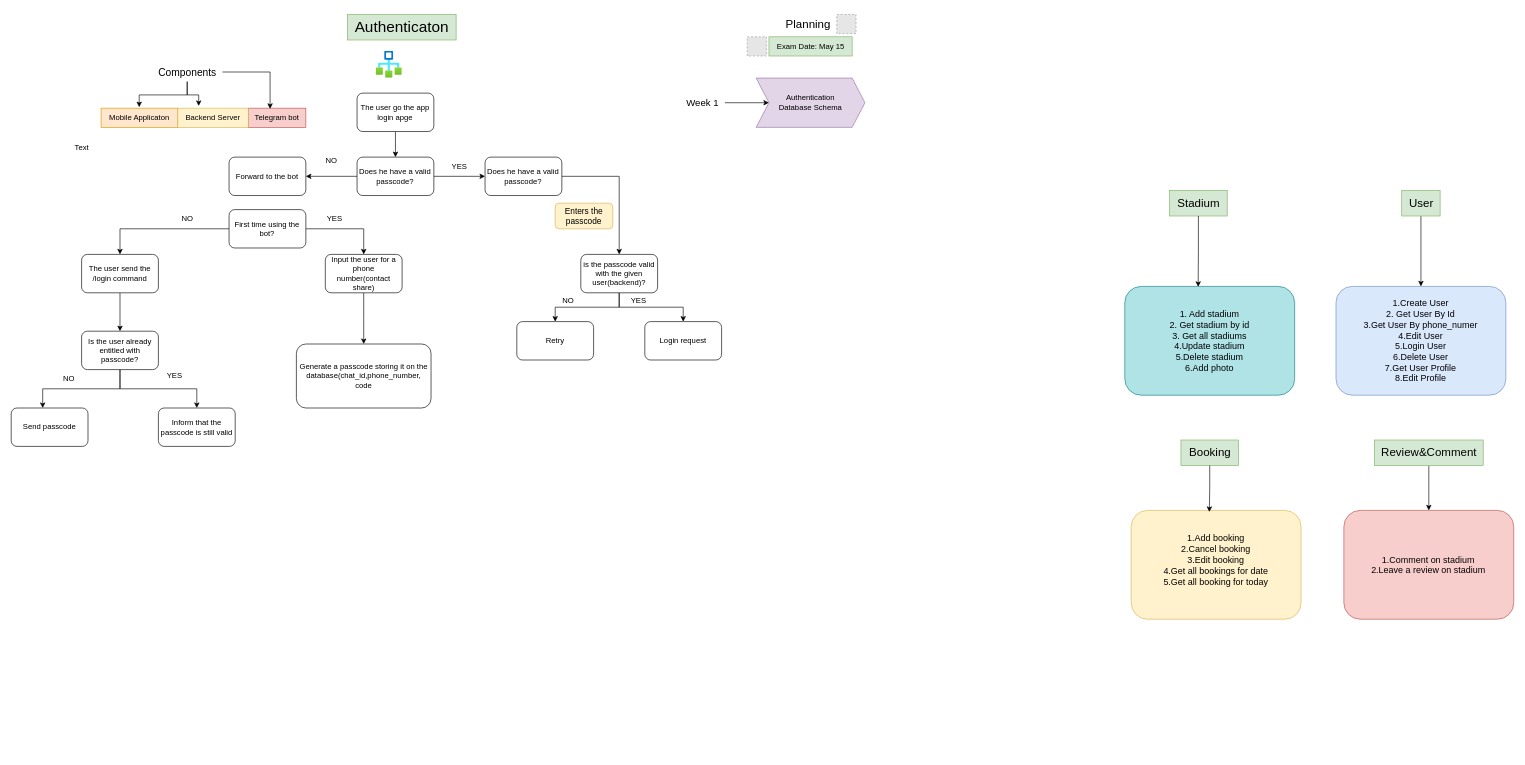
Above: goball.drawio in abdukod1rov/git-demo (draw.io), before the change. Source tidied: cells renumbered, new cells numbered last; positions are measured from the earlier drawing's top-left corner, leaving out a move shared by most shapes. Both pictures are drawn from the tidied source at 64%, with x=0, y=0 at pixel (11, 11). Pictures stored in the file or linked from it are replaced by grey dashed boxes.
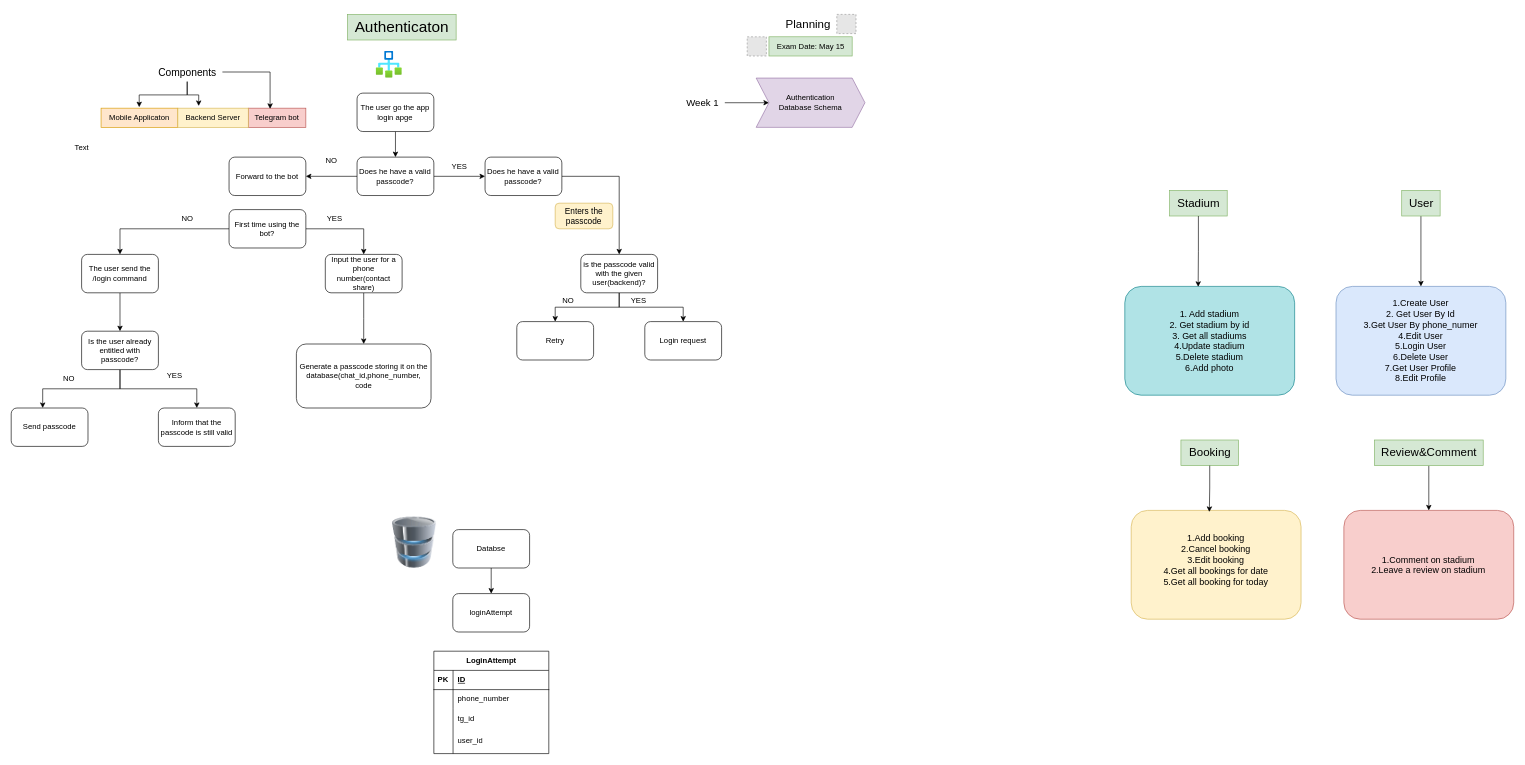
After the change.

Diff of the diagram source:
```diff
@@
+    <mxCell id="67" style="image;html=1;image=img/lib/clip_art/computers/Database_128x128.png;" parent="1" vertex="1">
+      <mxGeometry x="590" y="790" width="80" height="80" as="geometry" />
+    </mxCell>
+    <mxCell id="68" style="edgeStyle=orthogonalEdgeStyle;rounded=0;jettySize=auto;html=1;" parent="1" edge="1" source="69" target="70">
+      <mxGeometry relative="1" as="geometry" />
+    </mxCell>
+    <mxCell id="69" value="Databse" style="rounded=1;whiteSpace=wrap;html=1;" parent="1" vertex="1">
+      <mxGeometry x="690" y="810" width="120" height="60" as="geometry" />
+    </mxCell>
+    <mxCell id="70" value="loginAttempt" style="whiteSpace=wrap;html=1;rounded=1;" parent="1" vertex="1">
+      <mxGeometry x="690" y="910" width="120" height="60" as="geometry" />
+    </mxCell>
+    <mxCell id="71" value="LoginAttempt" style="shape=table;startSize=30;childLayout=tableLayout;rowLines=0;fontStyle=1;align=center;html=1;" parent="1" vertex="1">
+      <mxGeometry x="660.4" y="1000" width="179.6" height="160" as="geometry" />
+    </mxCell>
+    <mxCell id="72" style="shape=tableRow;horizontal=0;startSize=0;swimlaneHead=0;swimlaneBody=0;fillColor=none;top=0;left=0;right=0;bottom=1;" parent="71" vertex="1">
+      <mxGeometry y="30" width="179.6" height="30" as="geometry" />
+    </mxCell>
+    <mxCell id="73" value="PK" style="shape=partialRectangle;fillColor=none;top=0;left=0;bottom=0;right=0;fontStyle=1;overflow=hidden;whiteSpace=wrap;html=1;" parent="72" vertex="1">
+      <mxGeometry width="30" height="30" as="geometry" />
+    </mxCell>
+    <mxCell id="74" value="ID" style="shape=partialRectangle;fillColor=none;top=0;left=0;bottom=0;right=0;align=left;spacingLeft=6;fontStyle=5;overflow=hidden;whiteSpace=wrap;html=1;" parent="72" vertex="1">
+      <mxGeometry x="30" width="149.6" height="30" as="geometry" />
+    </mxCell>
+    <mxCell id="75" style="shape=tableRow;horizontal=0;startSize=0;swimlaneHead=0;swimlaneBody=0;fillColor=none;top=0;left=0;right=0;bottom=0;" parent="71" vertex="1">
+      <mxGeometry y="60" width="179.6" height="30" as="geometry" />
+    </mxCell>
+    <mxCell id="76" style="shape=partialRectangle;fillColor=none;top=0;left=0;bottom=0;right=0;overflow=hidden;whiteSpace=wrap;html=1;" parent="75" vertex="1">
+      <mxGeometry width="30" height="30" as="geometry" />
+    </mxCell>
+    <mxCell id="77" value="phone_number" style="shape=partialRectangle;fillColor=none;top=0;left=0;bottom=0;right=0;align=left;spacingLeft=6;overflow=hidden;whiteSpace=wrap;html=1;" parent="75" vertex="1">
+      <mxGeometry x="30" width="149.6" height="30" as="geometry" />
+    </mxCell>
+    <mxCell id="78" style="shape=tableRow;horizontal=0;startSize=0;swimlaneHead=0;swimlaneBody=0;fillColor=none;top=0;left=0;right=0;bottom=0;" parent="71" vertex="1">
+      <mxGeometry y="90" width="179.6" height="30" as="geometry" />
+    </mxCell>
+    <mxCell id="79" style="shape=partialRectangle;fillColor=none;top=0;left=0;bottom=0;right=0;overflow=hidden;whiteSpace=wrap;html=1;" parent="78" vertex="1">
+      <mxGeometry width="30" height="30" as="geometry" />
+    </mxCell>
+    <mxCell id="80" value="tg_id" style="shape=partialRectangle;fillColor=none;top=0;left=0;bottom=0;right=0;align=left;spacingLeft=6;overflow=hidden;whiteSpace=wrap;html=1;" parent="78" vertex="1">
+      <mxGeometry x="30" width="149.6" height="30" as="geometry" />
+    </mxCell>
+    <mxCell id="81" style="shape=tableRow;horizontal=0;startSize=0;swimlaneHead=0;swimlaneBody=0;fillColor=none;top=0;left=0;right=0;bottom=0;" parent="71" vertex="1">
+      <mxGeometry y="120" width="179.6" height="40" as="geometry" />
+    </mxCell>
+    <mxCell id="82" style="shape=partialRectangle;fillColor=none;top=0;left=0;bottom=0;right=0;overflow=hidden;whiteSpace=wrap;html=1;" parent="81" vertex="1">
+      <mxGeometry width="30" height="40" as="geometry" />
+    </mxCell>
+    <mxCell id="83" value="user_id" style="shape=partialRectangle;fillColor=none;top=0;left=0;bottom=0;right=0;align=left;spacingLeft=6;overflow=hidden;whiteSpace=wrap;html=1;" parent="81" vertex="1">
+      <mxGeometry x="30" width="149.6" height="40" as="geometry" />
+    </mxCell>
```
